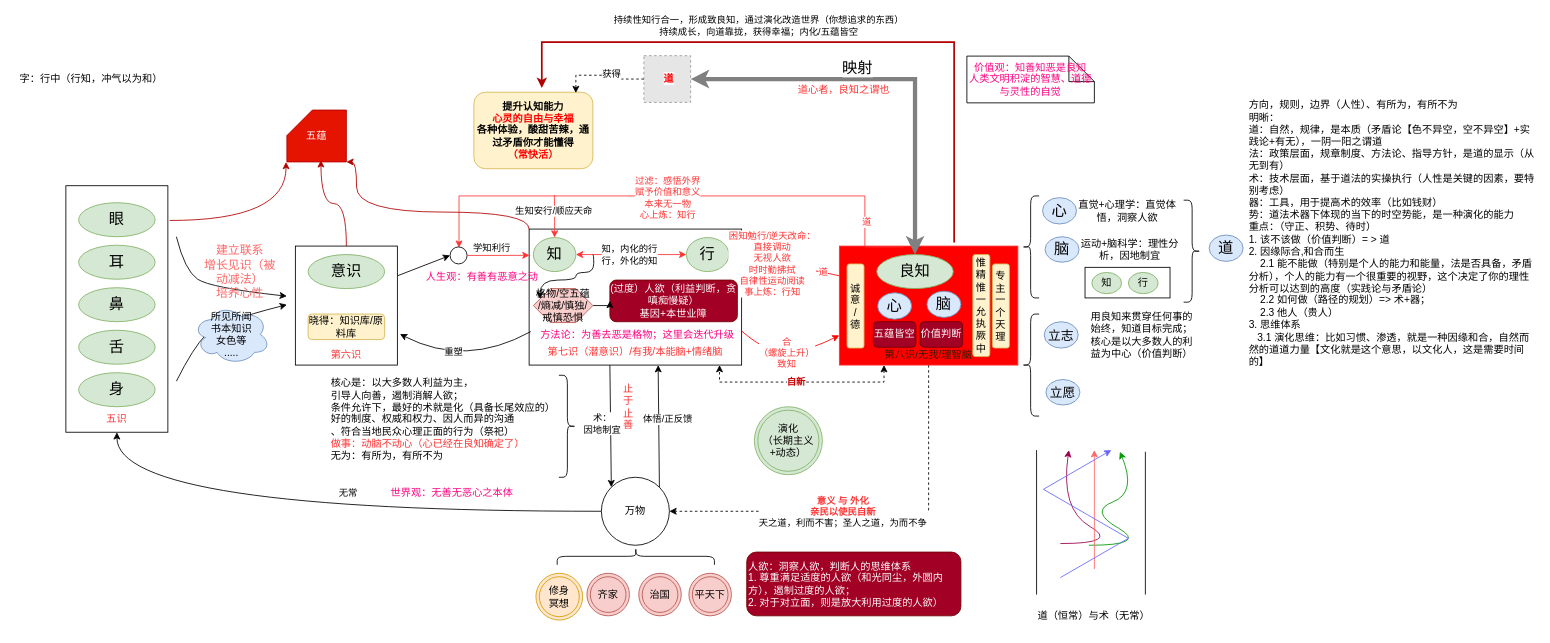
This is page "良知" (1 of 2) of xinxue.drawio from kason-huang/DrawIO, a draw.io file, before an edit. Source tidied: cells renumbered, new cells numbered last; positions are measured from the earlier drawing's top-left corner, leaving out a move shared by most shapes. Both pictures are drawn from the tidied source at 85%, with x=0, y=0 at pixel (14, 42). Pictures stored in the file or linked from it are replaced by grey dashed boxes.
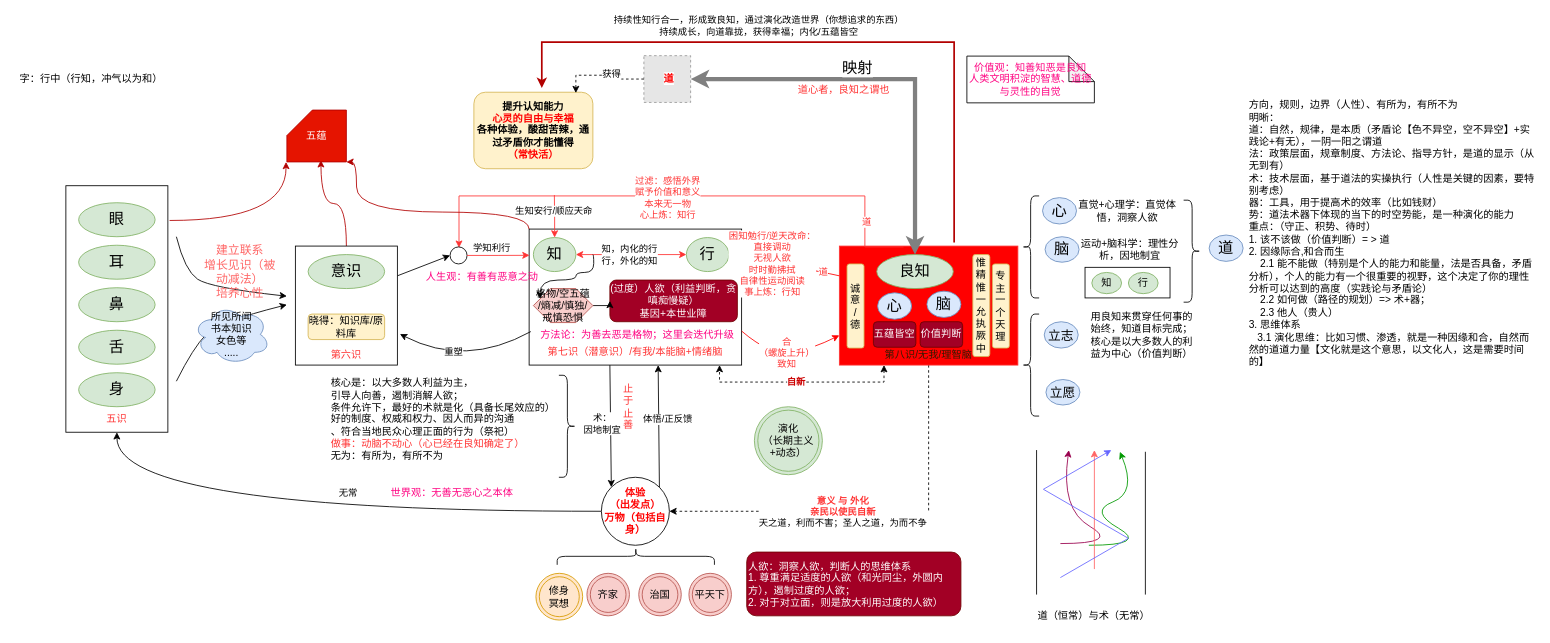
The same diagram, later.

What changed in the source:
```diff
@@
-    <mxCell id="49" value="万物" style="ellipse;whiteSpace=wrap;html=1;" parent="1" vertex="1">
+    <mxCell id="49" value="&lt;div&gt;&lt;font color=&quot;#ff0000&quot;&gt;&lt;b&gt;体验&lt;/b&gt;&lt;/font&gt;&lt;/div&gt;&lt;div&gt;&lt;font color=&quot;#ff0000&quot;&gt;&lt;b&gt;（出发点）&lt;/b&gt;&lt;/font&gt;&lt;/div&gt;&lt;div&gt;&lt;font color=&quot;#ff0000&quot;&gt;&lt;b&gt;万物（包括自身）&lt;/b&gt;&lt;/font&gt;&lt;/div&gt;" style="ellipse;whiteSpace=wrap;html=1;" parent="1" vertex="1">
       <mxGeometry x="690" y="512" width="80" height="80" as="geometry" />
     </mxCell>
```
